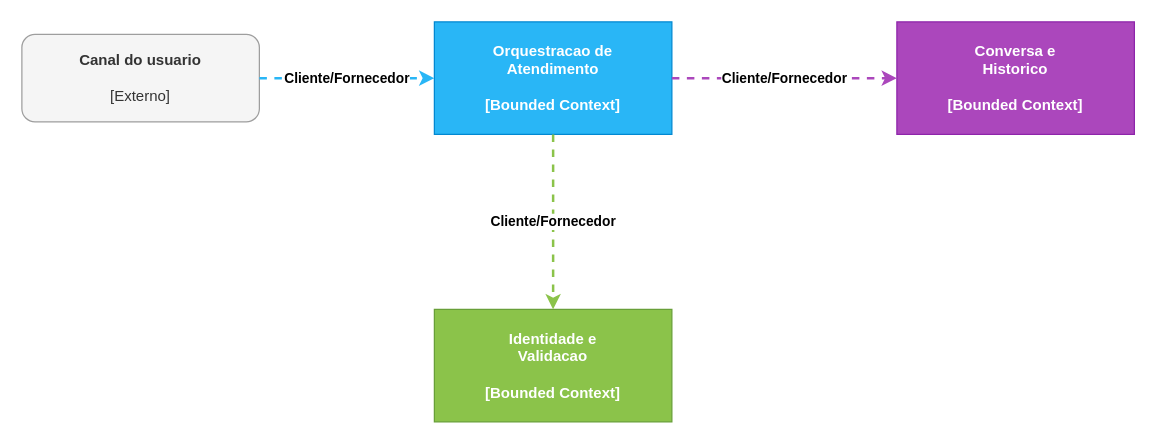
PedroSatoru/ai-chat-agents keeps this draw.io diagram as docs/img/Mapa-Contexto-C4.drawio. Above is the earlier version. Source tidied: cells renumbered, new cells numbered last; positions are measured from the earlier drawing's top-left corner, leaving out a move shared by most shapes. Both pictures are drawn from the tidied source at 125%, with x=0, y=0 at pixel (21, 21).
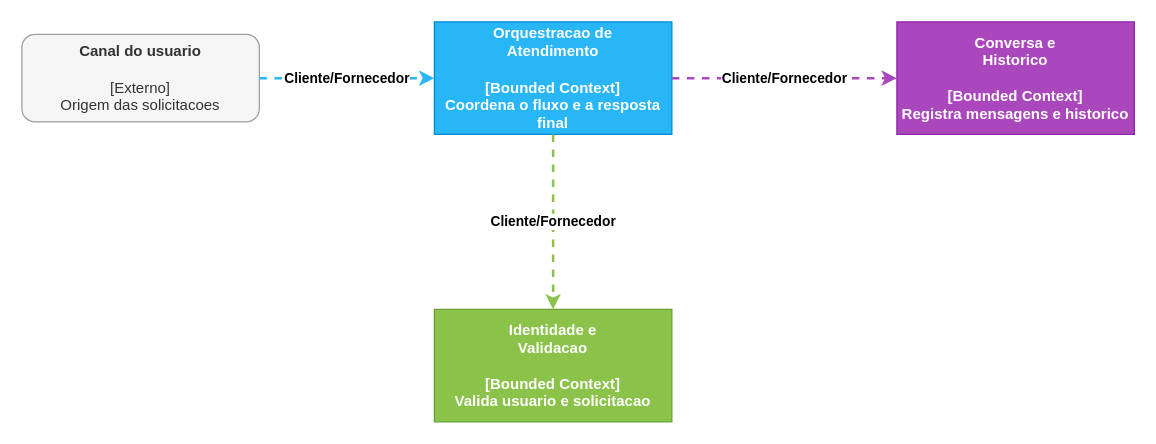
The same diagram, later.

Diff of the diagram source:
```diff
@@
 <mxGraphModel>
   <root>
     <mxCell id="0" />
     <mxCell id="1" parent="0" />
-    <mxCell id="2" value="&lt;b&gt;Orquestracao de&lt;br&gt;Atendimento&lt;/b&gt;&lt;br&gt;&lt;br&gt;[Bounded Context]" style="whiteSpace=wrap;html=1;fillColor=#29b6f6;fontColor=#ffffff;strokeColor=#0288d1;fontStyle=1;" parent="1" vertex="1">
+    <mxCell id="2" value="&lt;b&gt;Orquestracao de&lt;br&gt;Atendimento&lt;/b&gt;&lt;br&gt;&lt;br&gt;[Bounded Context]&lt;br&gt;Coordena o fluxo e a resposta final" style="whiteSpace=wrap;html=1;fillColor=#29b6f6;fontColor=#ffffff;strokeColor=#0288d1;fontStyle=1;" parent="1" vertex="1">
       <mxGeometry x="330" width="190" height="90" as="geometry" />
     </mxCell>
-    <mxCell id="3" value="&lt;b&gt;Identidade e&lt;br&gt;Validacao&lt;/b&gt;&lt;br&gt;&lt;br&gt;[Bounded Context]" style="whiteSpace=wrap;html=1;fillColor=#8bc34a;fontColor=#ffffff;strokeColor=#689f38;fontStyle=1;" parent="1" vertex="1">
+    <mxCell id="3" value="&lt;b&gt;Identidade e&lt;br&gt;Validacao&lt;/b&gt;&lt;br&gt;&lt;br&gt;[Bounded Context]&lt;br&gt;Valida usuario e solicitacao" style="whiteSpace=wrap;html=1;fillColor=#8bc34a;fontColor=#ffffff;strokeColor=#689f38;fontStyle=1;" parent="1" vertex="1">
       <mxGeometry x="330" y="230" width="190" height="90" as="geometry" />
     </mxCell>
-    <mxCell id="4" value="&lt;b&gt;Conversa e&lt;br&gt;Historico&lt;/b&gt;&lt;br&gt;&lt;br&gt;[Bounded Context]" style="whiteSpace=wrap;html=1;fillColor=#ab47bc;fontColor=#ffffff;strokeColor=#8e24aa;fontStyle=1;" parent="1" vertex="1">
+    <mxCell id="4" value="&lt;b&gt;Conversa e&lt;br&gt;Historico&lt;/b&gt;&lt;br&gt;&lt;br&gt;[Bounded Context]&lt;br&gt;Registra mensagens e historico" style="whiteSpace=wrap;html=1;fillColor=#ab47bc;fontColor=#ffffff;strokeColor=#8e24aa;fontStyle=1;" parent="1" vertex="1">
       <mxGeometry x="700" width="190" height="90" as="geometry" />
     </mxCell>
-    <mxCell id="5" value="&lt;b&gt;Canal do usuario&lt;/b&gt;&lt;br&gt;&lt;br&gt;[Externo]" style="rounded=1;whiteSpace=wrap;html=1;fillColor=#f5f5f5;fontColor=#333333;strokeColor=#9e9e9e;" parent="1" vertex="1">
+    <mxCell id="5" value="&lt;b&gt;Canal do usuario&lt;/b&gt;&lt;br&gt;&lt;br&gt;[Externo]&lt;br&gt;Origem das solicitacoes" style="rounded=1;whiteSpace=wrap;html=1;fillColor=#f5f5f5;fontColor=#333333;strokeColor=#9e9e9e;" parent="1" vertex="1">
       <mxGeometry y="10" width="190" height="70" as="geometry" />
     </mxCell>
     <mxCell id="6" value="&lt;b&gt;Cliente/Fornecedor&lt;/b&gt;" style="edgeStyle=orthogonalEdgeStyle;dashed=1;html=1;strokeColor=#29b6f6;labelBackgroundColor=#ffffff;strokeWidth=2;" parent="1" edge="1" source="5" target="2">
       <mxGeometry relative="1" as="geometry" />
     </mxCell>
     <mxCell id="7" value="&lt;b&gt;Cliente/Fornecedor&lt;/b&gt;" style="edgeStyle=orthogonalEdgeStyle;dashed=1;html=1;strokeColor=#8bc34a;labelBackgroundColor=#ffffff;strokeWidth=2;" parent="1" edge="1" source="2" target="3">
       <mxGeometry relative="1" as="geometry" />
     </mxCell>
     <mxCell id="8" value="&lt;b&gt;Cliente/Fornecedor&lt;/b&gt;" style="edgeStyle=orthogonalEdgeStyle;dashed=1;html=1;strokeColor=#ab47bc;labelBackgroundColor=#ffffff;strokeWidth=2;" parent="1" edge="1" source="2" target="4">
       <mxGeometry relative="1" as="geometry" />
     </mxCell>
   </root>
 </mxGraphModel>
```
